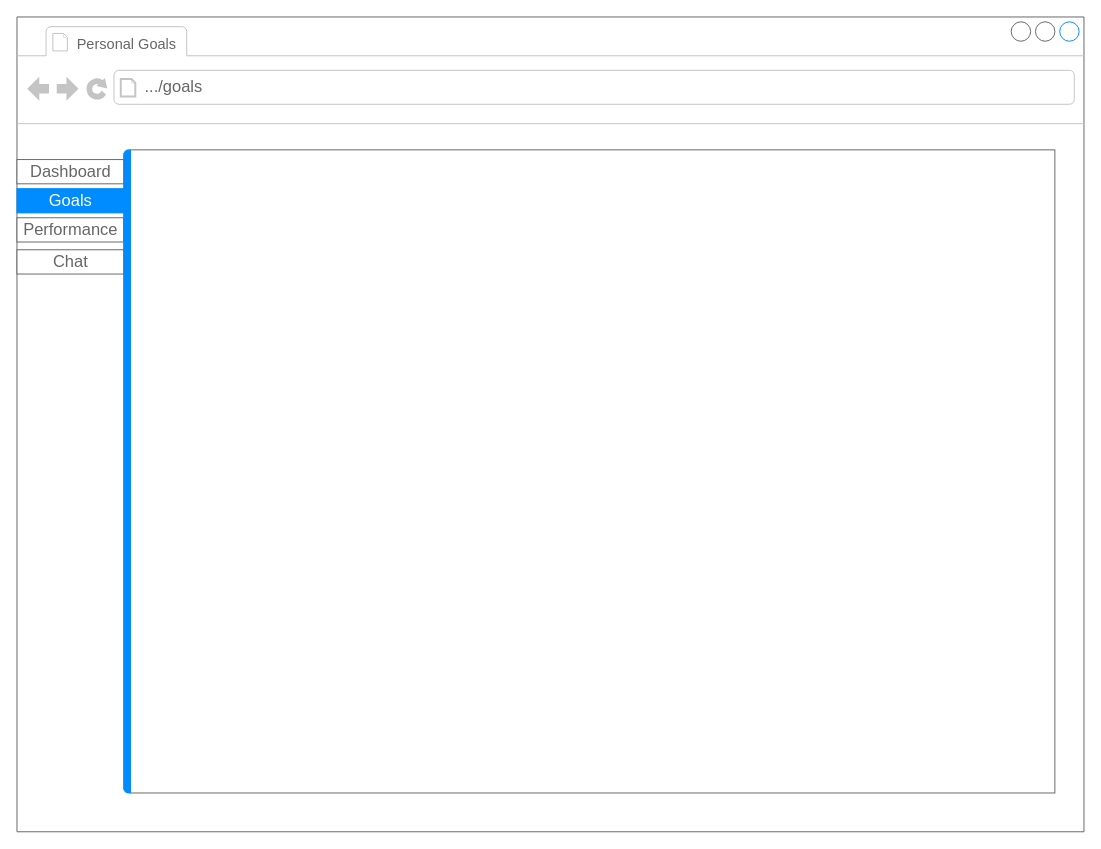
Before: page "Personal Goals" (3 of 5) of LHL Final Project-signin & register.drawio in evaEZ/LHLFinalProject-wireframe, a draw.io diagram. Source tidied: cells renumbered, new cells numbered last; positions are measured from the earlier drawing's top-left corner, leaving out a move shared by most shapes. Both pictures are drawn from the tidied source at 97%, with x=0, y=0 at pixel (16, 16).
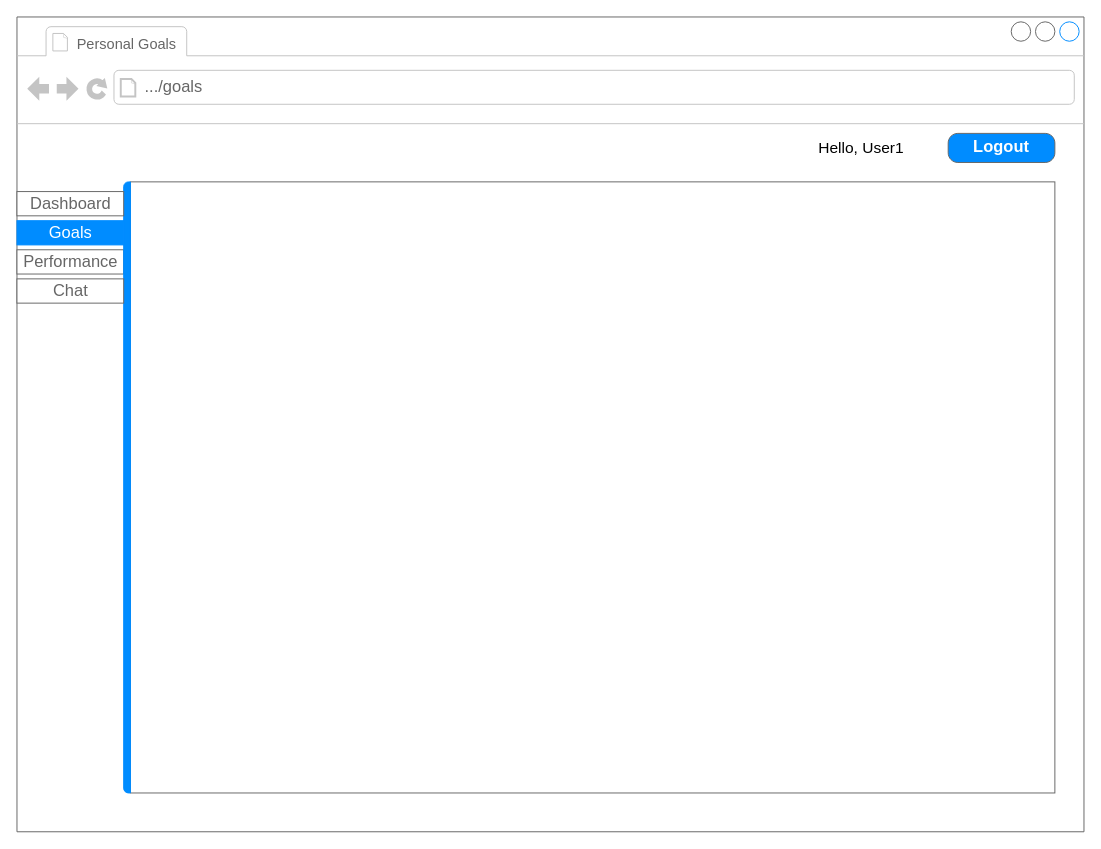
The same diagram, later.

Diff of the diagram source:
```diff
@@
 <mxGraphModel>
   <root>
     <mxCell id="0" />
     <mxCell id="1" parent="0" />
     <mxCell id="2" style="strokeWidth=1;shadow=0;dashed=0;align=center;html=1;shape=mxgraph.mockup.containers.browserWindow;rSize=0;strokeColor=#666666;strokeColor2=#008cff;strokeColor3=#c4c4c4;mainText=,;" parent="1" vertex="1">
       <mxGeometry width="1100" height="840" as="geometry" />
     </mxCell>
     <mxCell id="3" value="Personal Goals" style="strokeWidth=1;shadow=0;dashed=0;align=center;html=1;shape=mxgraph.mockup.containers.anchor;fontSize=15;fontColor=#666666;align=left;" parent="2" vertex="1">
       <mxGeometry x="60" y="15" width="100" height="26" as="geometry" />
     </mxCell>
     <mxCell id="4" value=".../goals" style="strokeWidth=1;shadow=0;dashed=0;align=center;html=1;shape=mxgraph.mockup.containers.anchor;rSize=0;fontSize=17;fontColor=#666666;align=left;" parent="2" vertex="1">
       <mxGeometry x="130" y="60" width="250" height="26" as="geometry" />
     </mxCell>
     <mxCell id="5" style="strokeWidth=1;shadow=0;dashed=0;align=center;html=1;shape=mxgraph.mockup.containers.marginRect2;rectMarginLeft=67;strokeColor=#666666;gradientColor=none;fontSize=15;" parent="2" vertex="1">
-      <mxGeometry x="50" y="137" width="1020" height="663" as="geometry" />
+      <mxGeometry x="50" y="170" width="1020" height="630" as="geometry" />
     </mxCell>
     <mxCell id="6" value="Goals" style="strokeWidth=1;shadow=0;dashed=0;align=center;html=1;shape=mxgraph.mockup.containers.rrect;rSize=0;fontSize=17;fontColor=#ffffff;strokeColor=#008cff;fillColor=#008cff;" parent="5" vertex="1">
       <mxGeometry width="110" height="25" relative="1" as="geometry">
         <mxPoint x="-50" y="40" as="offset" />
       </mxGeometry>
     </mxCell>
     <mxCell id="7" value="Performance" style="strokeColor=inherit;fillColor=inherit;gradientColor=inherit;strokeWidth=1;shadow=0;dashed=0;align=center;html=1;shape=mxgraph.mockup.containers.rrect;rSize=0;fontSize=17;fontColor=#666666;" parent="5" vertex="1">
       <mxGeometry width="110" height="25" relative="1" as="geometry">
         <mxPoint x="-50" y="70" as="offset" />
       </mxGeometry>
     </mxCell>
     <mxCell id="8" style="strokeWidth=1;shadow=0;dashed=0;align=center;html=1;shape=mxgraph.mockup.containers.leftButton;rSize=5;strokeColor=#008cff;fillColor=#008cff;" parent="5" vertex="1">
-      <mxGeometry width="7" height="663" relative="1" as="geometry">
+      <mxGeometry width="7" height="630" relative="1" as="geometry">
         <mxPoint x="60" as="offset" />
       </mxGeometry>
     </mxCell>
     <mxCell id="9" value="Dashboard" style="strokeColor=inherit;fillColor=inherit;gradientColor=inherit;strokeWidth=1;shadow=0;dashed=0;align=center;html=1;shape=mxgraph.mockup.containers.rrect;rSize=0;fontSize=17;fontColor=#666666;" parent="2" vertex="1">
       <mxGeometry width="110" height="25" relative="1" as="geometry">
-        <mxPoint y="147" as="offset" />
+        <mxPoint y="180" as="offset" />
       </mxGeometry>
     </mxCell>
     <mxCell id="10" value="Chat" style="strokeColor=inherit;fillColor=inherit;gradientColor=inherit;strokeWidth=1;shadow=0;dashed=0;align=center;html=1;shape=mxgraph.mockup.containers.rrect;rSize=0;fontSize=17;fontColor=#666666;" parent="2" vertex="1">
-      <mxGeometry y="240" width="110" height="25" as="geometry" />
+      <mxGeometry y="270" width="110" height="25" as="geometry" />
     </mxCell>
+    <mxCell id="11" value="Logout" style="strokeWidth=1;shadow=0;dashed=0;align=center;html=1;shape=mxgraph.mockup.buttons.button;strokeColor=#666666;fontColor=#ffffff;mainText=;buttonStyle=round;fontSize=17;fontStyle=1;fillColor=#008cff;whiteSpace=wrap;" parent="2" vertex="1">
+      <mxGeometry x="960" y="120" width="110" height="30" as="geometry" />
+    </mxCell>
+    <mxCell id="12" value="Hello, User1" style="text;html=1;align=center;verticalAlign=middle;fillColor=none;strokeColor=none;rounded=0;fontSize=16;" parent="2" vertex="1">
+      <mxGeometry x="820" y="125" width="100" height="20" as="geometry" />
+    </mxCell>
   </root>
 </mxGraphModel>
```
